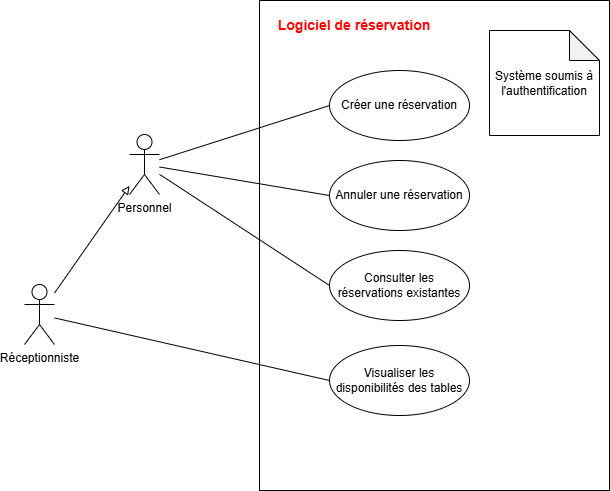
Above: TP_1_UML_Exercice_3.drawio.png in Mzk-Ali/EXO_M2I_UML (draw.io), before the change. Source tidied: cells renumbered, new cells last; positions are measured from the earlier drawing's top-left corner, leaving out a move shared by most shapes. The source it was exported from:
```xml
<mxGraphModel>
  <root>
    <mxCell id="0" />
    <mxCell id="1" parent="0" />
    <mxCell id="2" style="rounded=0;whiteSpace=wrap;html=1;" parent="1" vertex="1">
      <mxGeometry x="235" width="350" height="490" as="geometry" />
    </mxCell>
    <mxCell id="3" style="rounded=0;jettySize=auto;html=1;endArrow=block;endFill=0;" parent="1" edge="1" source="5" target="9">
      <mxGeometry relative="1" as="geometry" />
    </mxCell>
    <mxCell id="4" style="rounded=0;jettySize=auto;html=1;entryX=0;entryY=0.5;entryDx=0;entryDy=0;endArrow=none;startFill=0;" parent="1" edge="1" source="5" target="10">
      <mxGeometry relative="1" as="geometry" />
    </mxCell>
    <mxCell id="5" value="Réceptionniste" style="shape=umlActor;verticalLabelPosition=bottom;verticalAlign=top;html=1;outlineConnect=0;" parent="1" vertex="1">
      <mxGeometry y="284" width="30" height="60" as="geometry" />
    </mxCell>
    <mxCell id="6" style="rounded=0;jettySize=auto;html=1;entryX=0;entryY=0.5;entryDx=0;entryDy=0;endArrow=none;startFill=0;" parent="1" edge="1" source="9" target="11">
      <mxGeometry relative="1" as="geometry" />
    </mxCell>
    <mxCell id="7" style="rounded=0;jettySize=auto;html=1;entryX=0;entryY=0.5;entryDx=0;entryDy=0;endArrow=none;startFill=0;" parent="1" edge="1" source="9" target="12">
      <mxGeometry relative="1" as="geometry" />
    </mxCell>
    <mxCell id="8" style="rounded=0;jettySize=auto;html=1;entryX=0;entryY=0.5;entryDx=0;entryDy=0;endArrow=none;startFill=0;" parent="1" edge="1" source="9" target="13">
      <mxGeometry relative="1" as="geometry" />
    </mxCell>
    <mxCell id="9" value="Personnel" style="shape=umlActor;verticalLabelPosition=bottom;verticalAlign=top;html=1;outlineConnect=0;" parent="1" vertex="1">
      <mxGeometry x="105" y="134" width="30" height="60" as="geometry" />
    </mxCell>
    <mxCell id="10" value="Visualiser les disponibilités des tables" style="ellipse;whiteSpace=wrap;html=1;" parent="1" vertex="1">
      <mxGeometry x="305" y="345" width="140" height="70" as="geometry" />
    </mxCell>
    <mxCell id="11" value="Créer une réservation" style="ellipse;whiteSpace=wrap;html=1;" parent="1" vertex="1">
      <mxGeometry x="305" y="70" width="140" height="70" as="geometry" />
    </mxCell>
    <mxCell id="12" value="Annuler une réservation" style="ellipse;whiteSpace=wrap;html=1;" parent="1" vertex="1">
      <mxGeometry x="305" y="160" width="140" height="70" as="geometry" />
    </mxCell>
    <mxCell id="13" value="Consulter les réservations existantes" style="ellipse;whiteSpace=wrap;html=1;" parent="1" vertex="1">
      <mxGeometry x="305" y="250" width="140" height="70" as="geometry" />
    </mxCell>
    <mxCell id="14" value="&lt;font style=&quot;color: light-dark(rgb(255, 0, 0), rgb(237, 237, 237)); font-size: 14px;&quot;&gt;&lt;b&gt;Logiciel de réservation&lt;/b&gt;&lt;/font&gt;" style="text;html=1;align=center;verticalAlign=middle;whiteSpace=wrap;rounded=0;" parent="1" vertex="1">
      <mxGeometry x="245" y="10" width="170" height="30" as="geometry" />
    </mxCell>
    <mxCell id="15" value="Système soumis à l'authentification" style="shape=note;whiteSpace=wrap;html=1;backgroundOutline=1;darkOpacity=0.05;" parent="1" vertex="1">
      <mxGeometry x="465" y="30" width="110" height="105" as="geometry" />
    </mxCell>
  </root>
</mxGraphModel>
```
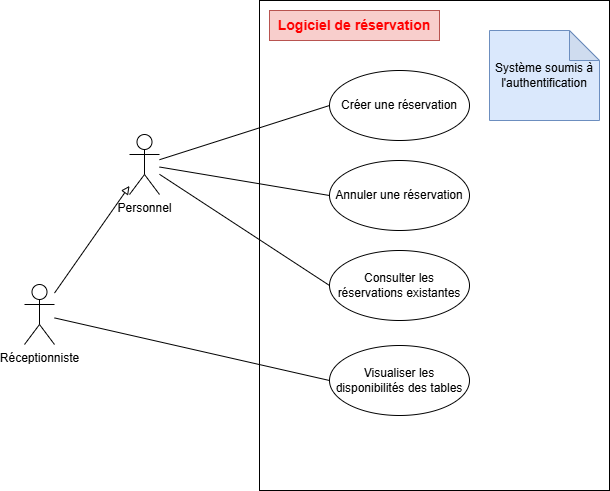
The same file after the commit.

The edit, as a diff of the source:
```diff
@@ -38,11 +38,11 @@
     <mxCell id="13" value="Consulter les réservations existantes" style="ellipse;whiteSpace=wrap;html=1;" parent="1" vertex="1">
       <mxGeometry x="305" y="250" width="140" height="70" as="geometry" />
     </mxCell>
-    <mxCell id="14" value="&lt;font style=&quot;color: light-dark(rgb(255, 0, 0), rgb(237, 237, 237)); font-size: 14px;&quot;&gt;&lt;b&gt;Logiciel de réservation&lt;/b&gt;&lt;/font&gt;" style="text;html=1;align=center;verticalAlign=middle;whiteSpace=wrap;rounded=0;" parent="1" vertex="1">
+    <mxCell id="14" value="&lt;font style=&quot;color: light-dark(rgb(255, 0, 0), rgb(237, 237, 237)); font-size: 14px;&quot;&gt;&lt;b&gt;Logiciel de réservation&lt;/b&gt;&lt;/font&gt;" style="text;html=1;align=center;verticalAlign=middle;whiteSpace=wrap;rounded=0;fillColor=#f8cecc;strokeColor=#b85450;" parent="1" vertex="1">
       <mxGeometry x="245" y="10" width="170" height="30" as="geometry" />
     </mxCell>
-    <mxCell id="15" value="Système soumis à l'authentification" style="shape=note;whiteSpace=wrap;html=1;backgroundOutline=1;darkOpacity=0.05;" parent="1" vertex="1">
-      <mxGeometry x="465" y="30" width="110" height="105" as="geometry" />
+    <mxCell id="15" value="Système soumis à l'authentification" style="shape=note;whiteSpace=wrap;html=1;backgroundOutline=1;darkOpacity=0.05;fillColor=#dae8fc;strokeColor=#6c8ebf;" parent="1" vertex="1">
+      <mxGeometry x="465" y="30" width="110" height="90" as="geometry" />
     </mxCell>
   </root>
 </mxGraphModel>
```
